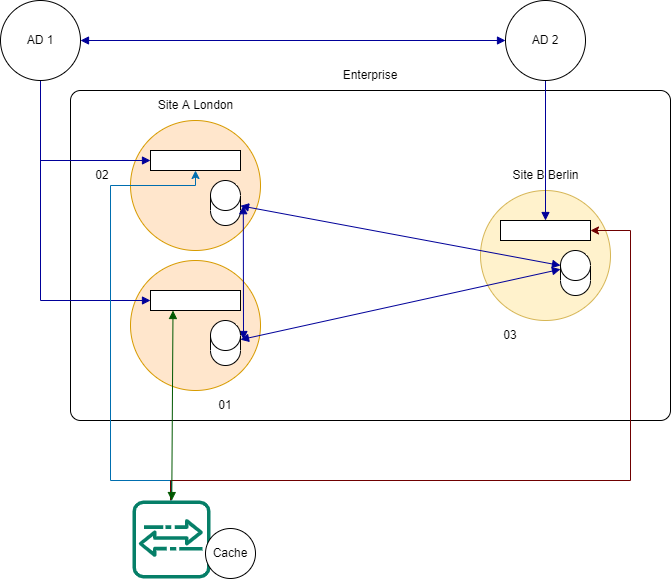
The draw.io diagram images/Imprivata.drawio.png in Radriverron/radriverron.github.io, before a commit. Source tidied: cells renumbered, new cells last; positions are measured from the earlier drawing's top-left corner, leaving out a move shared by most shapes.
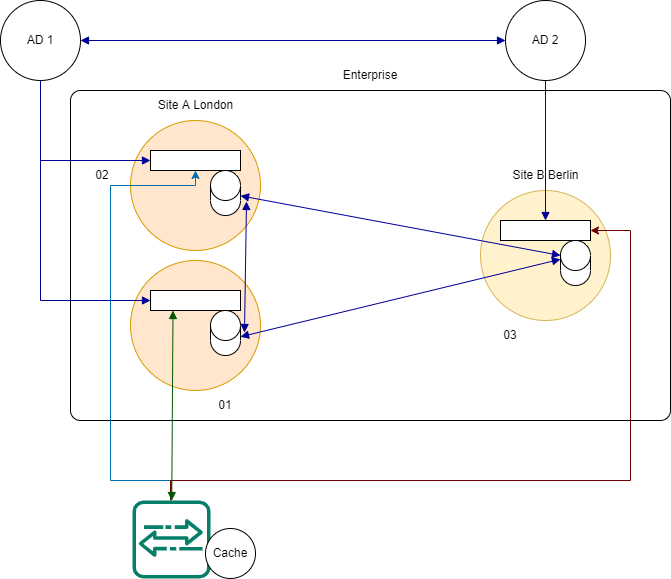
The same file after the commit.

What changed in the source:
```diff
@@ -45,22 +45,22 @@
       <mxGeometry relative="1" as="geometry" />
     </mxCell>
     <mxCell id="16" style="shape=cylinder3;whiteSpace=wrap;html=1;boundedLbl=1;backgroundOutline=1;size=15;" parent="1" vertex="1">
-      <mxGeometry x="210" y="180" width="30" height="45" as="geometry" />
+      <mxGeometry x="210" y="170" width="30" height="45" as="geometry" />
     </mxCell>
     <mxCell id="17" style="shape=cylinder3;whiteSpace=wrap;html=1;boundedLbl=1;backgroundOutline=1;size=15;" parent="1" vertex="1">
-      <mxGeometry x="560" y="250" width="30" height="45" as="geometry" />
+      <mxGeometry x="560" y="240" width="30" height="45" as="geometry" />
     </mxCell>
-    <mxCell id="18" style="edgeStyle=none;rounded=0;jettySize=auto;html=1;entryX=0;entryY=0;entryDx=0;entryDy=18.75;entryPerimeter=0;startArrow=block;startFill=1;endArrow=block;endFill=1;strokeColor=#000099;" parent="1" edge="1" source="20" target="17">
+    <mxCell id="18" style="edgeStyle=none;rounded=0;jettySize=auto;html=1;entryX=0;entryY=0;entryDx=0;entryDy=18.75;entryPerimeter=0;startArrow=block;startFill=1;endArrow=block;endFill=1;strokeColor=#000099;exitX=1;exitY=0;exitDx=0;exitDy=26.25;exitPerimeter=0;" parent="1" edge="1" source="20" target="17">
       <mxGeometry relative="1" as="geometry" />
     </mxCell>
     <mxCell id="19" style="edgeStyle=none;rounded=0;orthogonalLoop=1;jettySize=auto;html=1;startArrow=block;startFill=1;endArrow=block;endFill=1;strokeColor=#000099;" parent="1" edge="1">
       <mxGeometry relative="1" as="geometry">
-        <mxPoint x="243" y="339" as="sourcePoint" />
-        <mxPoint x="242.8" y="205.2" as="targetPoint" />
+        <mxPoint x="244" y="332" as="sourcePoint" />
+        <mxPoint x="246" y="201" as="targetPoint" />
       </mxGeometry>
     </mxCell>
     <mxCell id="20" style="shape=cylinder3;whiteSpace=wrap;html=1;boundedLbl=1;backgroundOutline=1;size=15;" parent="1" vertex="1">
-      <mxGeometry x="210" y="320" width="30" height="45" as="geometry" />
+      <mxGeometry x="210" y="310" width="30" height="45" as="geometry" />
     </mxCell>
     <mxCell id="21" style="edgeStyle=orthogonalEdgeStyle;rounded=0;jettySize=auto;html=1;entryX=0.5;entryY=1;entryDx=0;entryDy=0;strokeColor=#006EAF;fillColor=#1ba1e2;" parent="1" edge="1" target="10">
       <mxGeometry relative="1" as="geometry">
```
